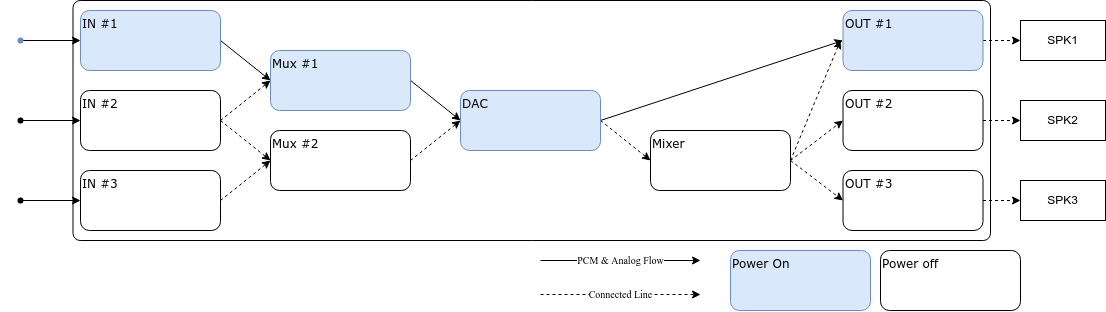
The draw.io diagram images/ALSA_09.png in lchy0113/rk_develop, before a commit. Source tidied: cells renumbered, new cells last; positions are measured from the earlier drawing's top-left corner, leaving out a move shared by most shapes.
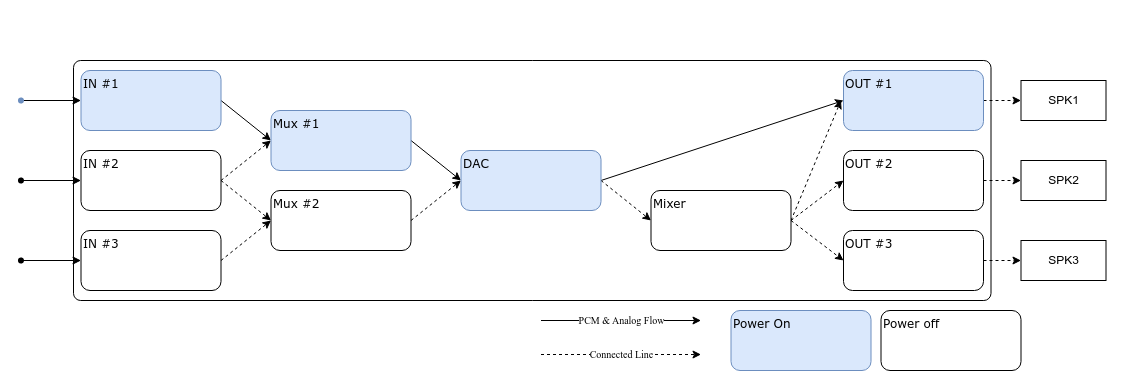
After the commit.

What changed in the source:
```diff
@@ -2,129 +2,132 @@
   <root>
     <mxCell id="0" />
     <mxCell id="1" parent="0" />
-    <mxCell id="2" style="rounded=1;whiteSpace=wrap;html=1;shadow=0;glass=0;sketch=0;fontFamily=Tahoma;fontSize=12;arcSize=3;" parent="1" vertex="1">
-      <mxGeometry x="72.5" width="917.5" height="240" as="geometry" />
+    <mxCell id="2" style="rounded=1;whiteSpace=wrap;html=1;shadow=0;glass=0;sketch=0;fontFamily=Tahoma;fontSize=12;arcSize=3;fillColor=default;strokeColor=none;" parent="1" vertex="1">
+      <mxGeometry x="97.5" y="-440" width="1130" height="390" as="geometry" />
     </mxCell>
-    <mxCell id="3" style="edgeStyle=none;rounded=0;jettySize=auto;html=1;entryX=0;entryY=0.5;entryDx=0;entryDy=0;fontFamily=Tahoma;fontSize=10;startArrow=none;startFill=0;exitX=1;exitY=0.5;exitDx=0;exitDy=0;" parent="1" edge="1" source="5" target="14">
-      <mxGeometry relative="1" as="geometry" />
+    <mxCell id="3" style="rounded=1;whiteSpace=wrap;html=1;shadow=0;glass=0;sketch=0;fontFamily=Tahoma;fontSize=12;arcSize=3;" parent="1" vertex="1">
+      <mxGeometry x="170" y="-380" width="917.5" height="240" as="geometry" />
     </mxCell>
-    <mxCell id="4" style="edgeStyle=none;rounded=0;jettySize=auto;html=1;fontFamily=Tahoma;fontSize=10;startArrow=classic;startFill=1;endArrow=none;endFill=0;" parent="1" edge="1" source="5" target="37">
+    <mxCell id="4" style="edgeStyle=none;rounded=0;jettySize=auto;html=1;entryX=0;entryY=0.5;entryDx=0;entryDy=0;fontFamily=Tahoma;fontSize=10;startArrow=none;startFill=0;exitX=1;exitY=0.5;exitDx=0;exitDy=0;" parent="1" edge="1" source="6" target="15">
       <mxGeometry relative="1" as="geometry" />
     </mxCell>
-    <mxCell id="5" value="IN #1" style="rounded=1;whiteSpace=wrap;html=1;shadow=0;glass=0;sketch=0;fillColor=#dae8fc;strokeColor=#6c8ebf;align=left;verticalAlign=top;fontSize=12;fontFamily=Verdana;" parent="1" vertex="1">
-      <mxGeometry x="80" y="10" width="140" height="60" as="geometry" />
+    <mxCell id="5" style="edgeStyle=none;rounded=0;jettySize=auto;html=1;fontFamily=Tahoma;fontSize=10;startArrow=classic;startFill=1;endArrow=none;endFill=0;" parent="1" edge="1" source="6" target="38">
+      <mxGeometry relative="1" as="geometry" />
     </mxCell>
-    <mxCell id="6" style="edgeStyle=none;rounded=0;jettySize=auto;html=1;entryX=0;entryY=0.5;entryDx=0;entryDy=0;dashed=1;fontFamily=Tahoma;fontSize=10;startArrow=none;startFill=0;exitX=1;exitY=0.5;exitDx=0;exitDy=0;" parent="1" edge="1" source="9" target="14">
-      <mxGeometry relative="1" as="geometry" />
+    <mxCell id="6" value="IN #1" style="rounded=1;whiteSpace=wrap;html=1;shadow=0;glass=0;sketch=0;fillColor=#dae8fc;strokeColor=#6c8ebf;align=left;verticalAlign=top;fontSize=12;fontFamily=Verdana;" parent="1" vertex="1">
+      <mxGeometry x="177.5" y="-370" width="140" height="60" as="geometry" />
     </mxCell>
-    <mxCell id="7" style="edgeStyle=none;rounded=0;jettySize=auto;html=1;exitX=1;exitY=0.5;exitDx=0;exitDy=0;entryX=0;entryY=0.5;entryDx=0;entryDy=0;dashed=1;fontFamily=Tahoma;fontSize=10;startArrow=none;startFill=0;" parent="1" edge="1" source="9" target="16">
+    <mxCell id="7" style="edgeStyle=none;rounded=0;jettySize=auto;html=1;entryX=0;entryY=0.5;entryDx=0;entryDy=0;dashed=1;fontFamily=Tahoma;fontSize=10;startArrow=none;startFill=0;exitX=1;exitY=0.5;exitDx=0;exitDy=0;" parent="1" edge="1" source="10" target="15">
       <mxGeometry relative="1" as="geometry" />
     </mxCell>
-    <mxCell id="8" style="edgeStyle=none;rounded=0;jettySize=auto;html=1;fontFamily=Tahoma;fontSize=10;startArrow=classic;startFill=1;endArrow=none;endFill=0;" parent="1" edge="1" source="9" target="39">
+    <mxCell id="8" style="edgeStyle=none;rounded=0;jettySize=auto;html=1;exitX=1;exitY=0.5;exitDx=0;exitDy=0;entryX=0;entryY=0.5;entryDx=0;entryDy=0;dashed=1;fontFamily=Tahoma;fontSize=10;startArrow=none;startFill=0;" parent="1" edge="1" source="10" target="17">
       <mxGeometry relative="1" as="geometry" />
     </mxCell>
-    <mxCell id="9" value="IN #2" style="rounded=1;whiteSpace=wrap;html=1;shadow=0;glass=0;sketch=0;align=left;verticalAlign=top;fontSize=12;fontFamily=Verdana;" parent="1" vertex="1">
-      <mxGeometry x="80" y="90" width="140" height="60" as="geometry" />
+    <mxCell id="9" style="edgeStyle=none;rounded=0;jettySize=auto;html=1;fontFamily=Tahoma;fontSize=10;startArrow=classic;startFill=1;endArrow=none;endFill=0;" parent="1" edge="1" source="10" target="40">
+      <mxGeometry relative="1" as="geometry" />
     </mxCell>
-    <mxCell id="10" style="edgeStyle=none;rounded=0;jettySize=auto;html=1;exitX=1;exitY=0.5;exitDx=0;exitDy=0;entryX=0;entryY=0.5;entryDx=0;entryDy=0;dashed=1;fontFamily=Tahoma;fontSize=10;startArrow=none;startFill=0;" parent="1" edge="1" source="12" target="16">
-      <mxGeometry relative="1" as="geometry" />
+    <mxCell id="10" value="IN #2" style="rounded=1;whiteSpace=wrap;html=1;shadow=0;glass=0;sketch=0;align=left;verticalAlign=top;fontSize=12;fontFamily=Verdana;" parent="1" vertex="1">
+      <mxGeometry x="177.5" y="-290" width="140" height="60" as="geometry" />
     </mxCell>
-    <mxCell id="11" style="edgeStyle=none;rounded=0;jettySize=auto;html=1;fontFamily=Tahoma;fontSize=10;startArrow=classic;startFill=1;endArrow=none;endFill=0;" parent="1" edge="1" source="12" target="38">
+    <mxCell id="11" style="edgeStyle=none;rounded=0;jettySize=auto;html=1;exitX=1;exitY=0.5;exitDx=0;exitDy=0;entryX=0;entryY=0.5;entryDx=0;entryDy=0;dashed=1;fontFamily=Tahoma;fontSize=10;startArrow=none;startFill=0;" parent="1" edge="1" source="13" target="17">
       <mxGeometry relative="1" as="geometry" />
     </mxCell>
-    <mxCell id="12" value="IN #3" style="rounded=1;whiteSpace=wrap;html=1;shadow=0;glass=0;sketch=0;align=left;verticalAlign=top;fontSize=12;fontFamily=Verdana;" parent="1" vertex="1">
-      <mxGeometry x="80" y="170" width="140" height="60" as="geometry" />
+    <mxCell id="12" style="edgeStyle=none;rounded=0;jettySize=auto;html=1;fontFamily=Tahoma;fontSize=10;startArrow=classic;startFill=1;endArrow=none;endFill=0;" parent="1" edge="1" source="13" target="39">
+      <mxGeometry relative="1" as="geometry" />
     </mxCell>
-    <mxCell id="13" style="edgeStyle=none;rounded=0;jettySize=auto;html=1;exitX=1;exitY=0.5;exitDx=0;exitDy=0;entryX=0;entryY=0.5;entryDx=0;entryDy=0;fontFamily=Tahoma;fontSize=10;startArrow=none;startFill=0;" parent="1" edge="1" source="14" target="19">
-      <mxGeometry relative="1" as="geometry" />
+    <mxCell id="13" value="IN #3" style="rounded=1;whiteSpace=wrap;html=1;shadow=0;glass=0;sketch=0;align=left;verticalAlign=top;fontSize=12;fontFamily=Verdana;" parent="1" vertex="1">
+      <mxGeometry x="177.5" y="-210" width="140" height="60" as="geometry" />
     </mxCell>
-    <mxCell id="14" value="Mux #1" style="rounded=1;whiteSpace=wrap;html=1;shadow=0;glass=0;sketch=0;fillColor=#dae8fc;strokeColor=#6c8ebf;align=left;verticalAlign=top;fontSize=12;fontFamily=Verdana;" parent="1" vertex="1">
-      <mxGeometry x="270" y="50" width="140" height="60" as="geometry" />
+    <mxCell id="14" style="edgeStyle=none;rounded=0;jettySize=auto;html=1;exitX=1;exitY=0.5;exitDx=0;exitDy=0;entryX=0;entryY=0.5;entryDx=0;entryDy=0;fontFamily=Tahoma;fontSize=10;startArrow=none;startFill=0;" parent="1" edge="1" source="15" target="20">
+      <mxGeometry relative="1" as="geometry" />
     </mxCell>
-    <mxCell id="15" style="edgeStyle=none;rounded=0;jettySize=auto;html=1;exitX=1;exitY=0.5;exitDx=0;exitDy=0;dashed=1;fontFamily=Tahoma;fontSize=10;startArrow=none;startFill=0;" parent="1" edge="1" source="16">
-      <mxGeometry relative="1" as="geometry">
-        <mxPoint x="460" y="120" as="targetPoint" />
-      </mxGeometry>
+    <mxCell id="15" value="Mux #1" style="rounded=1;whiteSpace=wrap;html=1;shadow=0;glass=0;sketch=0;fillColor=#dae8fc;strokeColor=#6c8ebf;align=left;verticalAlign=top;fontSize=12;fontFamily=Verdana;" parent="1" vertex="1">
+      <mxGeometry x="367.5" y="-330" width="140" height="60" as="geometry" />
     </mxCell>
-    <mxCell id="16" value="Mux #2" style="rounded=1;whiteSpace=wrap;html=1;shadow=0;glass=0;sketch=0;align=left;verticalAlign=top;fontSize=12;fontFamily=Verdana;" parent="1" vertex="1">
-      <mxGeometry x="270" y="130" width="140" height="60" as="geometry" />
+    <mxCell id="16" style="edgeStyle=none;rounded=0;jettySize=auto;html=1;exitX=1;exitY=0.5;exitDx=0;exitDy=0;dashed=1;fontFamily=Tahoma;fontSize=10;startArrow=none;startFill=0;" parent="1" edge="1" source="17">
+      <mxGeometry relative="1" as="geometry">
+        <mxPoint x="557.5" y="-260" as="targetPoint" />
+      </mxGeometry>
     </mxCell>
-    <mxCell id="17" style="edgeStyle=none;rounded=0;jettySize=auto;html=1;exitX=1;exitY=0.5;exitDx=0;exitDy=0;entryX=0;entryY=0.5;entryDx=0;entryDy=0;dashed=1;fontFamily=Tahoma;fontSize=10;startArrow=none;startFill=0;" parent="1" edge="1" source="19" target="23">
-      <mxGeometry relative="1" as="geometry" />
+    <mxCell id="17" value="Mux #2" style="rounded=1;whiteSpace=wrap;html=1;shadow=0;glass=0;sketch=0;align=left;verticalAlign=top;fontSize=12;fontFamily=Verdana;" parent="1" vertex="1">
+      <mxGeometry x="367.5" y="-250" width="140" height="60" as="geometry" />
     </mxCell>
-    <mxCell id="18" style="edgeStyle=none;rounded=0;jettySize=auto;html=1;exitX=1;exitY=0.5;exitDx=0;exitDy=0;entryX=0;entryY=0.5;entryDx=0;entryDy=0;fontFamily=Tahoma;fontSize=10;startArrow=none;startFill=0;" parent="1" edge="1" source="19" target="25">
+    <mxCell id="18" style="edgeStyle=none;rounded=0;jettySize=auto;html=1;exitX=1;exitY=0.5;exitDx=0;exitDy=0;entryX=0;entryY=0.5;entryDx=0;entryDy=0;dashed=1;fontFamily=Tahoma;fontSize=10;startArrow=none;startFill=0;" parent="1" edge="1" source="20" target="24">
       <mxGeometry relative="1" as="geometry" />
     </mxCell>
-    <mxCell id="19" value="DAC" style="rounded=1;whiteSpace=wrap;html=1;shadow=0;glass=0;sketch=0;fillColor=#dae8fc;strokeColor=#6c8ebf;align=left;verticalAlign=top;fontSize=12;fontFamily=Verdana;" parent="1" vertex="1">
-      <mxGeometry x="460" y="90" width="140" height="60" as="geometry" />
+    <mxCell id="19" style="edgeStyle=none;rounded=0;jettySize=auto;html=1;exitX=1;exitY=0.5;exitDx=0;exitDy=0;entryX=0;entryY=0.5;entryDx=0;entryDy=0;fontFamily=Tahoma;fontSize=10;startArrow=none;startFill=0;" parent="1" edge="1" source="20" target="26">
+      <mxGeometry relative="1" as="geometry" />
     </mxCell>
-    <mxCell id="20" style="edgeStyle=none;rounded=0;jettySize=auto;html=1;exitX=1;exitY=0.5;exitDx=0;exitDy=0;dashed=1;fontFamily=Tahoma;fontSize=10;startArrow=none;startFill=0;" parent="1" edge="1" source="23">
-      <mxGeometry relative="1" as="geometry">
-        <mxPoint x="840" y="40" as="targetPoint" />
-      </mxGeometry>
+    <mxCell id="20" value="DAC" style="rounded=1;whiteSpace=wrap;html=1;shadow=0;glass=0;sketch=0;fillColor=#dae8fc;strokeColor=#6c8ebf;align=left;verticalAlign=top;fontSize=12;fontFamily=Verdana;" parent="1" vertex="1">
+      <mxGeometry x="557.5" y="-290" width="140" height="60" as="geometry" />
     </mxCell>
-    <mxCell id="21" style="edgeStyle=none;rounded=0;jettySize=auto;html=1;exitX=1;exitY=0.5;exitDx=0;exitDy=0;entryX=0;entryY=0.5;entryDx=0;entryDy=0;dashed=1;fontFamily=Tahoma;fontSize=10;startArrow=none;startFill=0;" parent="1" edge="1" source="23" target="27">
-      <mxGeometry relative="1" as="geometry" />
+    <mxCell id="21" style="edgeStyle=none;rounded=0;jettySize=auto;html=1;exitX=1;exitY=0.5;exitDx=0;exitDy=0;dashed=1;fontFamily=Tahoma;fontSize=10;startArrow=none;startFill=0;" parent="1" edge="1" source="24">
+      <mxGeometry relative="1" as="geometry">
+        <mxPoint x="937.5" y="-340" as="targetPoint" />
+      </mxGeometry>
     </mxCell>
-    <mxCell id="22" style="edgeStyle=none;rounded=0;jettySize=auto;html=1;exitX=1;exitY=0.5;exitDx=0;exitDy=0;entryX=0;entryY=0.5;entryDx=0;entryDy=0;dashed=1;fontFamily=Tahoma;fontSize=10;startArrow=none;startFill=0;" parent="1" edge="1" source="23" target="29">
+    <mxCell id="22" style="edgeStyle=none;rounded=0;jettySize=auto;html=1;exitX=1;exitY=0.5;exitDx=0;exitDy=0;entryX=0;entryY=0.5;entryDx=0;entryDy=0;dashed=1;fontFamily=Tahoma;fontSize=10;startArrow=none;startFill=0;" parent="1" edge="1" source="24" target="28">
       <mxGeometry relative="1" as="geometry" />
     </mxCell>
-    <mxCell id="23" value="Mixer" style="rounded=1;whiteSpace=wrap;html=1;shadow=0;glass=0;sketch=0;align=left;verticalAlign=top;fontSize=12;fontFamily=Verdana;" parent="1" vertex="1">
-      <mxGeometry x="650" y="130" width="140" height="60" as="geometry" />
+    <mxCell id="23" style="edgeStyle=none;rounded=0;jettySize=auto;html=1;exitX=1;exitY=0.5;exitDx=0;exitDy=0;entryX=0;entryY=0.5;entryDx=0;entryDy=0;dashed=1;fontFamily=Tahoma;fontSize=10;startArrow=none;startFill=0;" parent="1" edge="1" source="24" target="30">
+      <mxGeometry relative="1" as="geometry" />
     </mxCell>
-    <mxCell id="24" style="edgeStyle=none;rounded=0;jettySize=auto;html=1;exitX=1;exitY=0.5;exitDx=0;exitDy=0;dashed=1;fontFamily=Tahoma;fontSize=10;startArrow=none;startFill=0;" parent="1" edge="1" source="25" target="30">
-      <mxGeometry relative="1" as="geometry" />
+    <mxCell id="24" value="Mixer" style="rounded=1;whiteSpace=wrap;html=1;shadow=0;glass=0;sketch=0;align=left;verticalAlign=top;fontSize=12;fontFamily=Verdana;" parent="1" vertex="1">
+      <mxGeometry x="747.5" y="-250" width="140" height="60" as="geometry" />
     </mxCell>
-    <mxCell id="25" value="OUT #1" style="rounded=1;whiteSpace=wrap;html=1;shadow=0;glass=0;sketch=0;fillColor=#dae8fc;strokeColor=#6c8ebf;align=left;verticalAlign=top;fontSize=12;fontFamily=Verdana;" parent="1" vertex="1">
-      <mxGeometry x="842.5" y="10" width="140" height="60" as="geometry" />
+    <mxCell id="25" style="edgeStyle=none;rounded=0;jettySize=auto;html=1;exitX=1;exitY=0.5;exitDx=0;exitDy=0;dashed=1;fontFamily=Tahoma;fontSize=10;startArrow=none;startFill=0;" parent="1" edge="1" source="26" target="31">
+      <mxGeometry relative="1" as="geometry" />
     </mxCell>
-    <mxCell id="26" style="edgeStyle=none;rounded=0;jettySize=auto;html=1;exitX=1;exitY=0.5;exitDx=0;exitDy=0;dashed=1;fontFamily=Tahoma;fontSize=10;startArrow=none;startFill=0;" parent="1" edge="1" source="27" target="31">
-      <mxGeometry relative="1" as="geometry" />
+    <mxCell id="26" value="OUT #1" style="rounded=1;whiteSpace=wrap;html=1;shadow=0;glass=0;sketch=0;fillColor=#dae8fc;strokeColor=#6c8ebf;align=left;verticalAlign=top;fontSize=12;fontFamily=Verdana;" parent="1" vertex="1">
+      <mxGeometry x="940" y="-370" width="140" height="60" as="geometry" />
     </mxCell>
-    <mxCell id="27" value="OUT #2" style="rounded=1;whiteSpace=wrap;html=1;shadow=0;glass=0;sketch=0;align=left;verticalAlign=top;fontSize=12;fontFamily=Verdana;" parent="1" vertex="1">
-      <mxGeometry x="842.5" y="90" width="140" height="60" as="geometry" />
+    <mxCell id="27" style="edgeStyle=none;rounded=0;jettySize=auto;html=1;exitX=1;exitY=0.5;exitDx=0;exitDy=0;dashed=1;fontFamily=Tahoma;fontSize=10;startArrow=none;startFill=0;" parent="1" edge="1" source="28" target="32">
+      <mxGeometry relative="1" as="geometry" />
     </mxCell>
-    <mxCell id="28" style="edgeStyle=none;rounded=0;jettySize=auto;html=1;exitX=1;exitY=0.5;exitDx=0;exitDy=0;entryX=0;entryY=0.5;entryDx=0;entryDy=0;dashed=1;fontFamily=Tahoma;fontSize=10;startArrow=none;startFill=0;" parent="1" edge="1" source="29" target="32">
-      <mxGeometry relative="1" as="geometry" />
+    <mxCell id="28" value="OUT #2" style="rounded=1;whiteSpace=wrap;html=1;shadow=0;glass=0;sketch=0;align=left;verticalAlign=top;fontSize=12;fontFamily=Verdana;" parent="1" vertex="1">
+      <mxGeometry x="940" y="-290" width="140" height="60" as="geometry" />
     </mxCell>
-    <mxCell id="29" value="OUT #3" style="rounded=1;whiteSpace=wrap;html=1;shadow=0;glass=0;sketch=0;align=left;verticalAlign=top;fontSize=12;fontFamily=Verdana;" parent="1" vertex="1">
-      <mxGeometry x="842.5" y="170" width="140" height="60" as="geometry" />
+    <mxCell id="29" style="edgeStyle=none;rounded=0;jettySize=auto;html=1;exitX=1;exitY=0.5;exitDx=0;exitDy=0;entryX=0;entryY=0.5;entryDx=0;entryDy=0;dashed=1;fontFamily=Tahoma;fontSize=10;startArrow=none;startFill=0;" parent="1" edge="1" source="30" target="33">
+      <mxGeometry relative="1" as="geometry" />
     </mxCell>
-    <mxCell id="30" value="SPK1" style="rounded=0;whiteSpace=wrap;html=1;shadow=0;glass=0;sketch=0;" parent="1" vertex="1">
-      <mxGeometry x="1020" y="20" width="85" height="40" as="geometry" />
+    <mxCell id="30" value="OUT #3" style="rounded=1;whiteSpace=wrap;html=1;shadow=0;glass=0;sketch=0;align=left;verticalAlign=top;fontSize=12;fontFamily=Verdana;" parent="1" vertex="1">
+      <mxGeometry x="940" y="-210" width="140" height="60" as="geometry" />
     </mxCell>
-    <mxCell id="31" value="SPK2" style="rounded=0;whiteSpace=wrap;html=1;shadow=0;glass=0;sketch=0;" parent="1" vertex="1">
-      <mxGeometry x="1020" y="100" width="85" height="40" as="geometry" />
+    <mxCell id="31" value="SPK1" style="rounded=0;whiteSpace=wrap;html=1;shadow=0;glass=0;sketch=0;" parent="1" vertex="1">
+      <mxGeometry x="1117.5" y="-360" width="85" height="40" as="geometry" />
     </mxCell>
-    <mxCell id="32" value="SPK3" style="rounded=0;whiteSpace=wrap;html=1;shadow=0;glass=0;sketch=0;" parent="1" vertex="1">
-      <mxGeometry x="1020" y="180" width="85" height="40" as="geometry" />
+    <mxCell id="32" value="SPK2" style="rounded=0;whiteSpace=wrap;html=1;shadow=0;glass=0;sketch=0;" parent="1" vertex="1">
+      <mxGeometry x="1117.5" y="-280" width="85" height="40" as="geometry" />
     </mxCell>
-    <mxCell id="33" value="PCM &amp;amp; Analog Flow" style="edgeStyle=none;rounded=0;orthogonalLoop=1;jettySize=auto;html=1;fontFamily=Tahoma;fontSize=10;startArrow=none;startFill=0;" parent="1" edge="1">
-      <mxGeometry relative="1" as="geometry">
-        <mxPoint x="540" y="260" as="sourcePoint" />
-        <mxPoint x="700" y="260" as="targetPoint" />
-      </mxGeometry>
+    <mxCell id="33" value="SPK3" style="rounded=0;whiteSpace=wrap;html=1;shadow=0;glass=0;sketch=0;" parent="1" vertex="1">
+      <mxGeometry x="1117.5" y="-200" width="85" height="40" as="geometry" />
     </mxCell>
-    <mxCell id="34" value="Connected Line" style="edgeStyle=none;rounded=0;orthogonalLoop=1;jettySize=auto;html=1;dashed=1;fontFamily=Tahoma;fontSize=10;startArrow=none;startFill=0;" parent="1" edge="1">
+    <mxCell id="34" value="PCM &amp;amp; Analog Flow" style="edgeStyle=none;rounded=0;orthogonalLoop=1;jettySize=auto;html=1;fontFamily=Tahoma;fontSize=10;startArrow=none;startFill=0;" parent="1" edge="1">
       <mxGeometry relative="1" as="geometry">
-        <mxPoint x="540" y="294" as="sourcePoint" />
-        <mxPoint x="700" y="294" as="targetPoint" />
+        <mxPoint x="637.5" y="-120" as="sourcePoint" />
+        <mxPoint x="797.5" y="-120" as="targetPoint" />
       </mxGeometry>
     </mxCell>
-    <mxCell id="35" value="Power On" style="rounded=1;whiteSpace=wrap;html=1;shadow=0;glass=0;sketch=0;fillColor=#dae8fc;strokeColor=#6c8ebf;align=left;verticalAlign=top;fontSize=12;fontFamily=Verdana;" parent="1" vertex="1">
-      <mxGeometry x="730" y="250" width="140" height="60" as="geometry" />
+    <mxCell id="35" value="Connected Line" style="edgeStyle=none;rounded=0;orthogonalLoop=1;jettySize=auto;html=1;dashed=1;fontFamily=Tahoma;fontSize=10;startArrow=none;startFill=0;" parent="1" edge="1">
+      <mxGeometry relative="1" as="geometry">
+        <mxPoint x="637.5" y="-86" as="sourcePoint" />
+        <mxPoint x="797.5" y="-86" as="targetPoint" />
+      </mxGeometry>
     </mxCell>
-    <mxCell id="36" value="Power off" style="rounded=1;whiteSpace=wrap;html=1;shadow=0;glass=0;sketch=0;align=left;verticalAlign=top;fontSize=12;fontFamily=Verdana;" parent="1" vertex="1">
-      <mxGeometry x="880" y="250" width="140" height="60" as="geometry" />
+    <mxCell id="36" value="Power On" style="rounded=1;whiteSpace=wrap;html=1;shadow=0;glass=0;sketch=0;fillColor=#dae8fc;strokeColor=#6c8ebf;align=left;verticalAlign=top;fontSize=12;fontFamily=Verdana;" parent="1" vertex="1">
+      <mxGeometry x="827.5" y="-130" width="140" height="60" as="geometry" />
     </mxCell>
-    <mxCell id="37" style="shape=waypoint;sketch=0;size=6;points=[];fillColor=#dae8fc;perimeter=centerPerimeter;snapToPoint=1;fontFamily=Verdana;align=left;verticalAlign=top;strokeColor=#6c8ebf;rounded=1;shadow=0;glass=0;" parent="1" vertex="1">
-      <mxGeometry y="20" width="40" height="40" as="geometry" />
+    <mxCell id="37" value="Power off" style="rounded=1;whiteSpace=wrap;html=1;shadow=0;glass=0;sketch=0;align=left;verticalAlign=top;fontSize=12;fontFamily=Verdana;" parent="1" vertex="1">
+      <mxGeometry x="977.5" y="-130" width="140" height="60" as="geometry" />
     </mxCell>
-    <mxCell id="38" style="shape=waypoint;sketch=0;size=6;points=[];fillColor=default;perimeter=centerPerimeter;snapToPoint=1;fontFamily=Verdana;align=left;verticalAlign=top;rounded=1;shadow=0;glass=0;" parent="1" vertex="1">
-      <mxGeometry y="180" width="40" height="40" as="geometry" />
+    <mxCell id="38" style="shape=waypoint;sketch=0;size=6;points=[];fillColor=#dae8fc;perimeter=centerPerimeter;snapToPoint=1;fontFamily=Verdana;align=left;verticalAlign=top;strokeColor=#6c8ebf;rounded=1;shadow=0;glass=0;" parent="1" vertex="1">
+      <mxGeometry x="97.5" y="-360" width="40" height="40" as="geometry" />
     </mxCell>
     <mxCell id="39" style="shape=waypoint;sketch=0;size=6;points=[];fillColor=default;perimeter=centerPerimeter;snapToPoint=1;fontFamily=Verdana;align=left;verticalAlign=top;rounded=1;shadow=0;glass=0;" parent="1" vertex="1">
-      <mxGeometry y="100" width="40" height="40" as="geometry" />
+      <mxGeometry x="97.5" y="-200" width="40" height="40" as="geometry" />
     </mxCell>
+    <mxCell id="40" style="shape=waypoint;sketch=0;size=6;points=[];fillColor=default;perimeter=centerPerimeter;snapToPoint=1;fontFamily=Verdana;align=left;verticalAlign=top;rounded=1;shadow=0;glass=0;" parent="1" vertex="1">
+      <mxGeometry x="97.5" y="-280" width="40" height="40" as="geometry" />
+    </mxCell>
   </root>
 </mxGraphModel>
```
